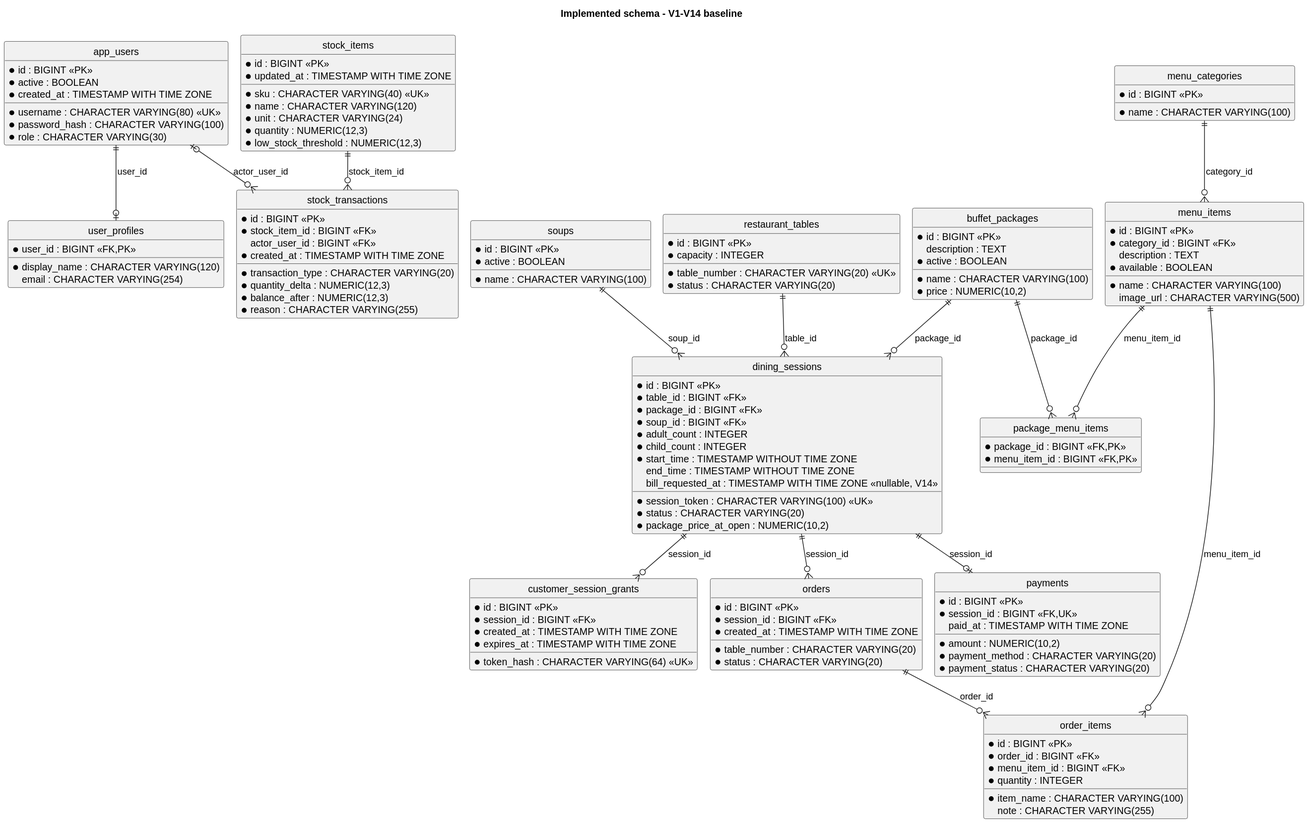
This is doc/diagrams/previews/er-diagram.svg from PavaritPramual/buffet-restaurant-management-system, a PlantUML export, as it was before one commit.
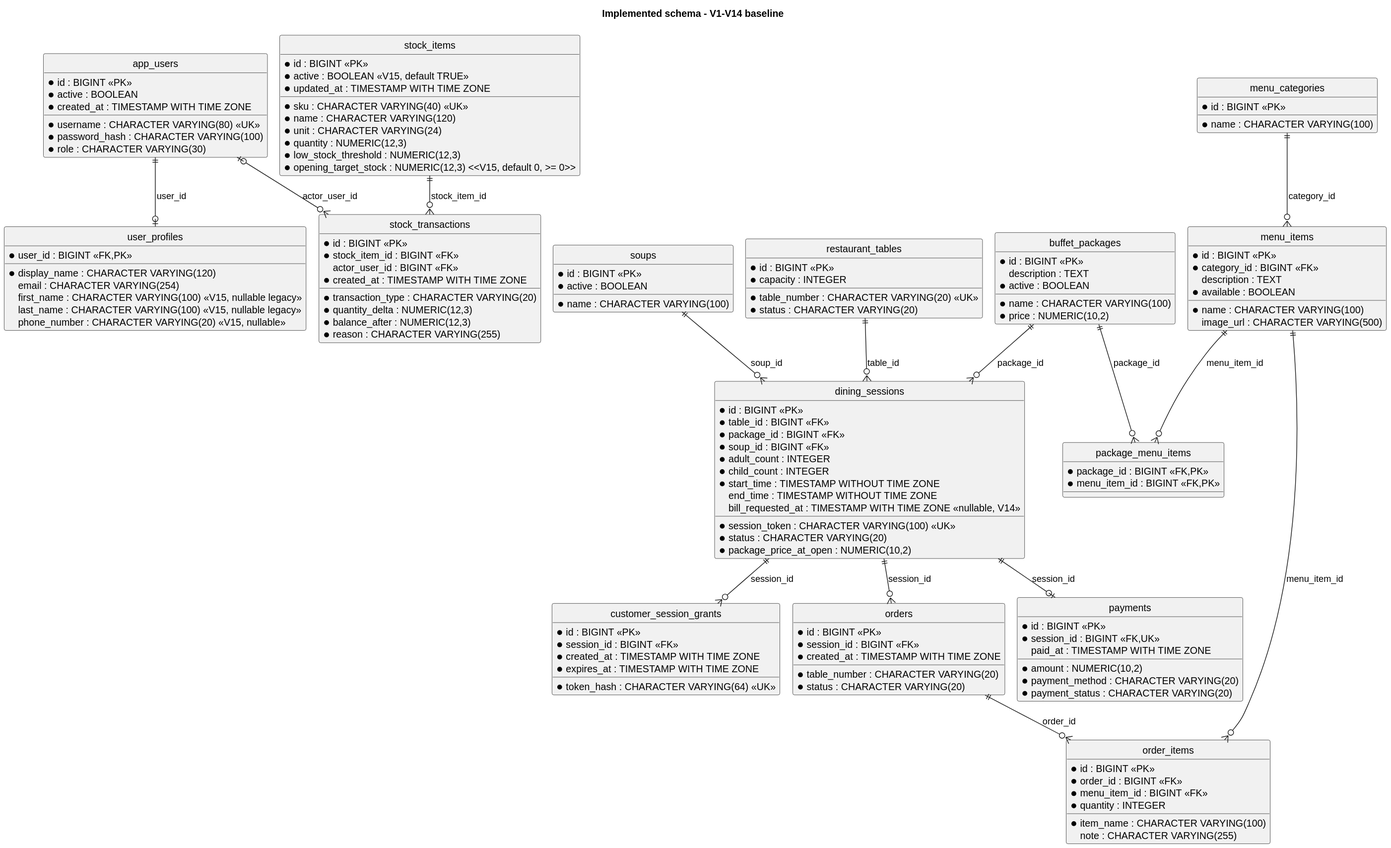
After the change.

Diff of the diagram source:
```diff
@@ -110,6 +110,8 @@
   * unit : CHARACTER VARYING(24)
   * quantity : NUMERIC(12,3)
   * low_stock_threshold : NUMERIC(12,3)
+  * opening_target_stock : NUMERIC(12,3) <<V15, default 0, >= 0>>
+  * active : BOOLEAN <<V15, default TRUE>>
   * updated_at : TIMESTAMP WITH TIME ZONE
 }
 
@@ -128,6 +130,9 @@
   * user_id : BIGINT <<FK,PK>>
   * display_name : CHARACTER VARYING(120)
   email : CHARACTER VARYING(254)
+  first_name : CHARACTER VARYING(100) <<V15, nullable legacy>>
+  last_name : CHARACTER VARYING(100) <<V15, nullable legacy>>
+  phone_number : CHARACTER VARYING(20) <<V15, nullable>>
 }
 dining_sessions ||--o{ customer_session_grants : "session_id"
 buffet_packages ||--o{ dining_sessions : "package_id"
```
